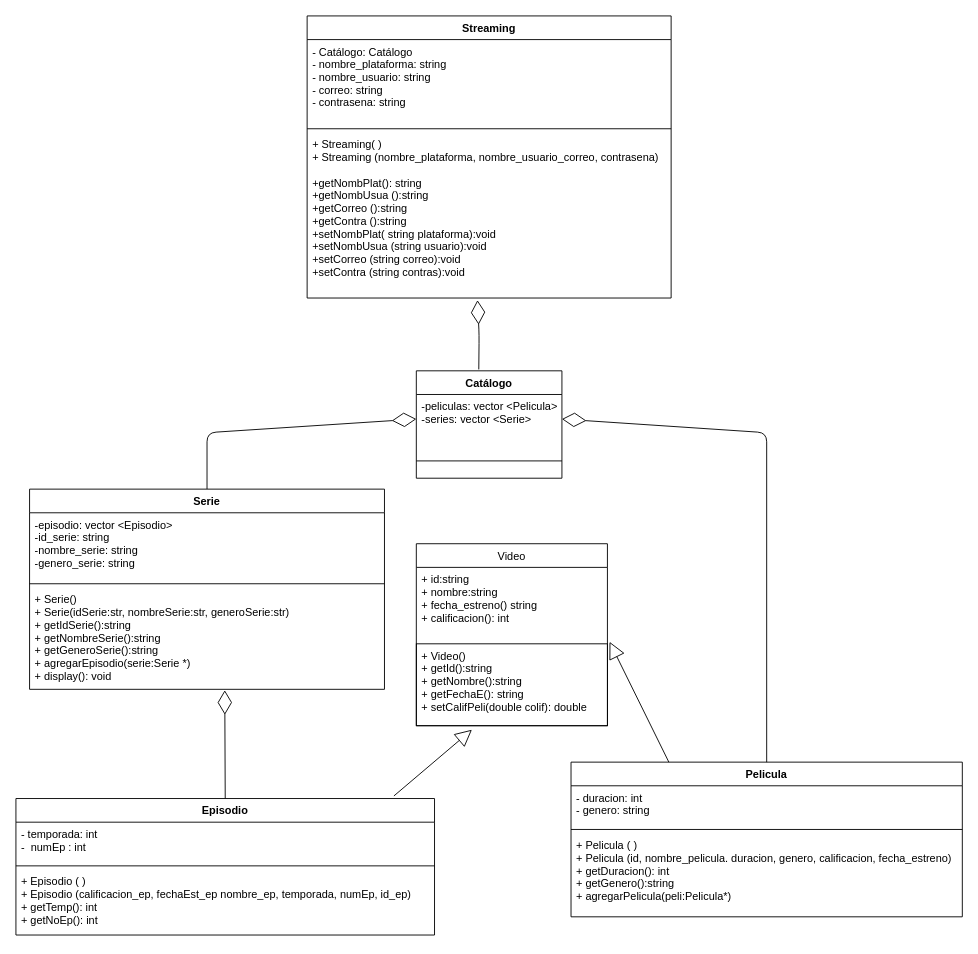
Above: page "UML herencia" (2 of 2) of streaming.drawio in rosafigueroaA01748086/proyectointegrador-A01748800 (draw.io), before the change. Source tidied: cells renumbered, new cells numbered last; positions are measured from the earlier drawing's top-left corner, leaving out a move shared by most shapes. Both pictures are drawn from the tidied source at 91%, with x=0, y=0 at pixel (15, 15).
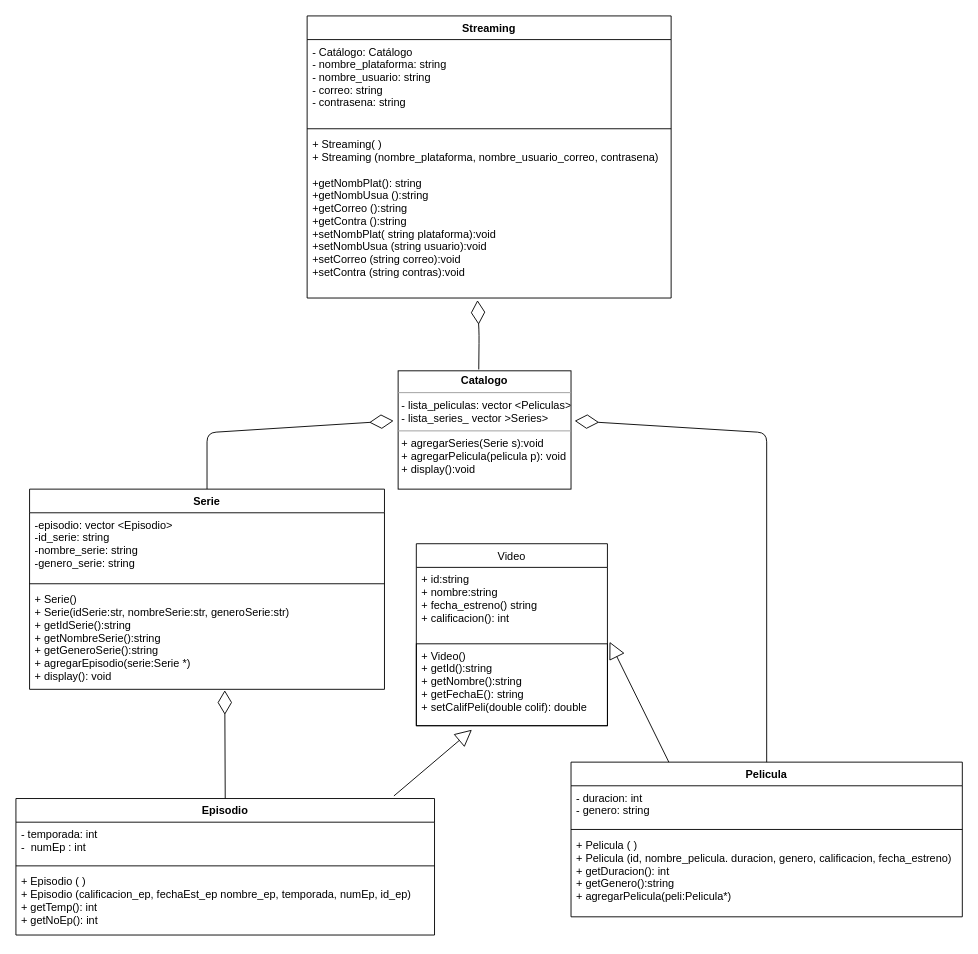
Above is the later version.

Unchanged cells that the change refers to:
```xml
<mxCell id="5" value="+ Streaming( )&#10;+ Streaming (nombre_plataforma, nombre_usuario_correo, contrasena)&#10;&#10;+getNombPlat(): string&#10;+getNombUsua ():string&#10;+getCorreo ():string&#10;+getContra ():string&#10;+setNombPlat( string plataforma):void&#10;+setNombUsua (string usuario):void&#10;+setCorreo (string correo):void&#10;+setContra (string contras):void" style="text;strokeColor=none;fillColor=none;align=left;verticalAlign=top;spacingLeft=4;spacingRight=4;overflow=hidden;points=[[0,0.5],[1,0.5]];portConstraint=eastwest;" parent="2" vertex="1">
  <mxGeometry y="128" width="400" height="182" as="geometry" />
</mxCell>
<mxCell id="13" value="Pelicula" style="swimlane;fontStyle=1;align=center;verticalAlign=top;horizontal=1;startSize=26;" parent="1" vertex="1">
  <mxGeometry x="610" y="820" width="430" height="170" as="geometry" />
</mxCell>
<mxCell id="24" value="Serie" style="swimlane;fontStyle=1;align=center;verticalAlign=top;horizontal=1;startSize=26;" parent="1" vertex="1">
  <mxGeometry x="15" y="520" width="390" height="220" as="geometry" />
</mxCell>
```

What changed in the source:
```diff
@@
-    <mxCell id="6" value="Catálogo" style="swimlane;fontStyle=1;align=center;verticalAlign=top;horizontal=1;startSize=26;" parent="1" vertex="1">
-      <mxGeometry x="440" y="390" width="160" height="118" as="geometry" />
-    </mxCell>
-    <mxCell id="7" value="-peliculas: vector &lt;Pelicula&gt;&#10;-series: vector &lt;Serie&gt;" style="text;strokeColor=none;fillColor=none;align=left;verticalAlign=top;spacingLeft=4;spacingRight=4;overflow=hidden;points=[[0,0.5],[1,0.5]];portConstraint=eastwest;" parent="6" vertex="1">
-      <mxGeometry y="26" width="160" height="54" as="geometry" />
-    </mxCell>
-    <mxCell id="8" style="line;strokeWidth=1;fillColor=none;align=left;verticalAlign=middle;spacingTop=-1;spacingLeft=3;spacingRight=3;labelPosition=right;" parent="6" vertex="1">
-      <mxGeometry y="80" width="160" height="38" as="geometry" />
-    </mxCell>
@@
-    <mxCell id="18" style="endArrow=diamondThin;endFill=0;endSize=24;html=1;exitX=0.5;exitY=0;exitDx=0;exitDy=0;entryX=0;entryY=0.5;entryDx=0;entryDy=0;" parent="1" edge="1" source="24" target="7">
+    <mxCell id="18" style="endArrow=diamondThin;endFill=0;endSize=24;html=1;exitX=0.5;exitY=0;exitDx=0;exitDy=0;entryX=-0.026;entryY=0.423;entryDx=0;entryDy=0;entryPerimeter=0;" parent="1" edge="1" source="24" target="30">
       <mxGeometry relative="1" as="geometry">
         <Array as="points">
           <mxPoint x="210" y="458" />
         </Array>
       </mxGeometry>
     </mxCell>
-    <mxCell id="19" style="endArrow=diamondThin;endFill=0;endSize=24;html=1;entryX=1;entryY=0.5;entryDx=0;entryDy=0;exitX=0.5;exitY=0;exitDx=0;exitDy=0;" parent="1" edge="1" source="13" target="7">
+    <mxCell id="19" style="endArrow=diamondThin;endFill=0;endSize=24;html=1;entryX=1.021;entryY=0.423;entryDx=0;entryDy=0;exitX=0.5;exitY=0;exitDx=0;exitDy=0;entryPerimeter=0;" parent="1" edge="1" source="13" target="30">
       <mxGeometry relative="1" as="geometry">
         <Array as="points">
           <mxPoint x="825" y="458" />
         </Array>
       </mxGeometry>
     </mxCell>
@@
-    <mxCell id="23" style="endArrow=diamondThin;endFill=0;endSize=24;html=1;entryX=0.468;entryY=1.013;entryDx=0;entryDy=0;entryPerimeter=0;exitX=0.429;exitY=-0.013;exitDx=0;exitDy=0;exitPerimeter=0;" parent="1" edge="1" source="6" target="5">
+    <mxCell id="23" style="endArrow=diamondThin;endFill=0;endSize=24;html=1;entryX=0.468;entryY=1.013;entryDx=0;entryDy=0;entryPerimeter=0;exitX=0.429;exitY=-0.013;exitDx=0;exitDy=0;exitPerimeter=0;" parent="1" edge="1" target="5">
       <mxGeometry relative="1" as="geometry">
+        <mxPoint x="508.6" y="388.5" as="sourcePoint" />
         <Array as="points">
           <mxPoint x="509" y="350" />
         </Array>
       </mxGeometry>
     </mxCell>
@@
+    <mxCell id="30" value="&lt;p style=&quot;margin: 0px ; margin-top: 4px ; text-align: center&quot;&gt;&lt;b&gt;Catalogo&lt;/b&gt;&lt;/p&gt;&lt;hr size=&quot;1&quot;&gt;&lt;p style=&quot;margin: 0px ; margin-left: 4px&quot;&gt;- lista_peliculas: vector &amp;lt;Peliculas&amp;gt;&lt;/p&gt;&lt;p style=&quot;margin: 0px ; margin-left: 4px&quot;&gt;- lista_series_ vector &amp;gt;Series&amp;gt;&lt;/p&gt;&lt;hr size=&quot;1&quot;&gt;&lt;p style=&quot;margin: 0px ; margin-left: 4px&quot;&gt;+ agregarSeries(Serie s):void&amp;nbsp;&lt;/p&gt;&lt;p style=&quot;margin: 0px ; margin-left: 4px&quot;&gt;+ agregarPelicula(pelicula p): void&lt;/p&gt;&lt;p style=&quot;margin: 0px ; margin-left: 4px&quot;&gt;+ display():void&amp;nbsp;&lt;/p&gt;" style="verticalAlign=top;align=left;overflow=fill;fontSize=12;fontFamily=Helvetica;html=1;" parent="1" vertex="1">
+      <mxGeometry x="420" y="390" width="190" height="130" as="geometry" />
+    </mxCell>
```
